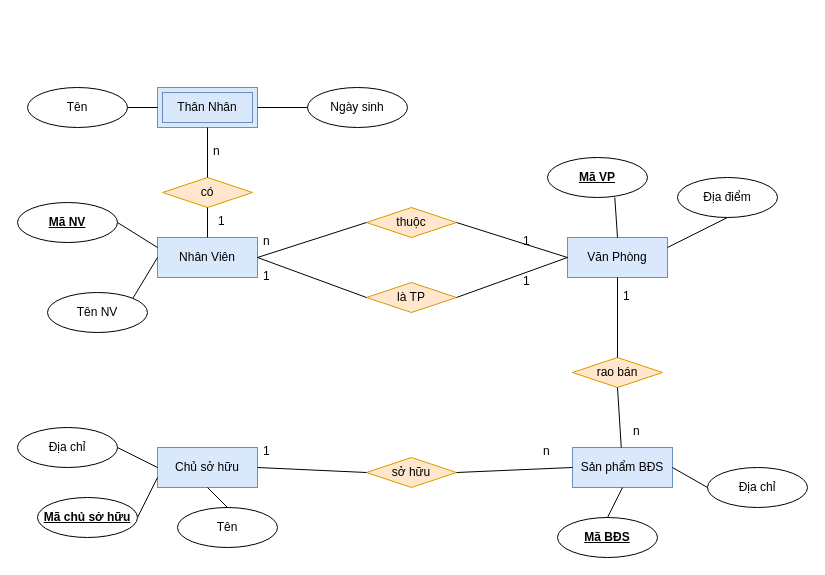
Before: page "Page-1" (1 of 2) of Lab3.drawio in hieuhoang25/MyClock, a draw.io diagram. Source tidied: cells renumbered, new cells numbered last; positions are measured from the earlier drawing's top-left corner, leaving out a move shared by most shapes. Both pictures are drawn from the tidied source at 100%, with x=0, y=0 at pixel (17, 87).
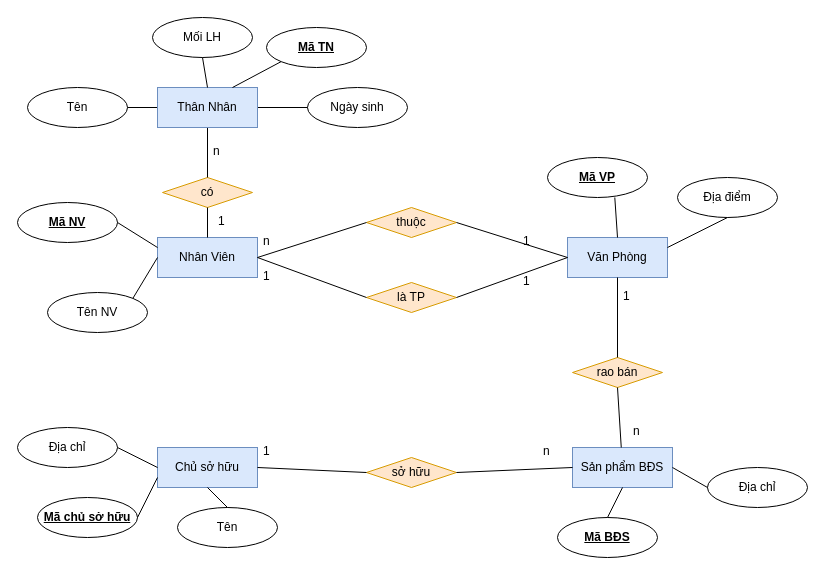
The same diagram, later.

Unchanged cells that the change refers to:
```xml
<mxCell id="10" value="có" style="shape=rhombus;perimeter=rhombusPerimeter;whiteSpace=wrap;html=1;align=center;fillColor=#ffe6cc;strokeColor=#d79b00;" parent="1" vertex="1">
  <mxGeometry x="145" y="90" width="90" height="30" as="geometry" />
</mxCell>
<mxCell id="24" value="Tên" style="ellipse;whiteSpace=wrap;html=1;align=center;" parent="1" vertex="1">
  <mxGeometry x="10" width="100" height="40" as="geometry" />
</mxCell>
<mxCell id="27" value="Ngày sinh" style="ellipse;whiteSpace=wrap;html=1;align=center;" parent="1" vertex="1">
  <mxGeometry x="290" width="100" height="40" as="geometry" />
</mxCell>
```

Diff of the diagram source:
```diff
@@
-    <mxCell id="19" value="Thân Nhân" style="shape=ext;margin=3;double=1;whiteSpace=wrap;html=1;align=center;fillColor=#dae8fc;strokeColor=#6c8ebf;" parent="1" vertex="1">
-      <mxGeometry x="140" width="100" height="40" as="geometry" />
-    </mxCell>
-    <mxCell id="20" style="endArrow=none;html=1;rounded=0;entryX=0.5;entryY=0;entryDx=0;entryDy=0;exitX=0.5;exitY=1;exitDx=0;exitDy=0;" parent="1" edge="1" source="19" target="10">
-      <mxGeometry relative="1" as="geometry" />
+    <mxCell id="20" style="endArrow=none;html=1;rounded=0;entryX=0.5;entryY=0;entryDx=0;entryDy=0;exitX=0.5;exitY=1;exitDx=0;exitDy=0;" parent="1" edge="1" target="10">
+      <mxGeometry relative="1" as="geometry">
+        <mxPoint x="190" y="40" as="sourcePoint" />
+      </mxGeometry>
     </mxCell>
@@
-    <mxCell id="38" style="endArrow=none;html=1;rounded=0;exitX=1;exitY=0.5;exitDx=0;exitDy=0;entryX=0;entryY=0.5;entryDx=0;entryDy=0;" parent="1" edge="1" source="24" target="19">
-      <mxGeometry relative="1" as="geometry" />
+    <mxCell id="38" style="endArrow=none;html=1;rounded=0;exitX=1;exitY=0.5;exitDx=0;exitDy=0;entryX=0;entryY=0.5;entryDx=0;entryDy=0;" parent="1" edge="1" source="24">
+      <mxGeometry relative="1" as="geometry">
+        <mxPoint x="140" y="20" as="targetPoint" />
+      </mxGeometry>
     </mxCell>
-    <mxCell id="39" style="endArrow=none;html=1;rounded=0;exitX=0;exitY=0.5;exitDx=0;exitDy=0;entryX=1;entryY=0.5;entryDx=0;entryDy=0;" parent="1" edge="1" source="27" target="19">
-      <mxGeometry relative="1" as="geometry" />
+    <mxCell id="39" style="endArrow=none;html=1;rounded=0;exitX=0;exitY=0.5;exitDx=0;exitDy=0;entryX=1;entryY=0.5;entryDx=0;entryDy=0;" parent="1" edge="1" source="27">
+      <mxGeometry relative="1" as="geometry">
+        <mxPoint x="240" y="20" as="targetPoint" />
+      </mxGeometry>
     </mxCell>
@@
+    <mxCell id="54" value="Mối LH" style="ellipse;whiteSpace=wrap;html=1;align=center;gradientColor=none;" parent="1" vertex="1">
+      <mxGeometry x="135" y="-70" width="100" height="40" as="geometry" />
+    </mxCell>
+    <mxCell id="19" value="Thân Nhân" style="whiteSpace=wrap;html=1;align=center;fillColor=#dae8fc;strokeColor=#6c8ebf;" parent="1" vertex="1">
+      <mxGeometry x="140" width="100" height="40" as="geometry" />
+    </mxCell>
+    <mxCell id="55" style="endArrow=none;html=1;rounded=0;exitX=0.5;exitY=1;exitDx=0;exitDy=0;entryX=0.5;entryY=0;entryDx=0;entryDy=0;" parent="1" edge="1" source="54" target="19">
+      <mxGeometry relative="1" as="geometry" />
+    </mxCell>
+    <mxCell id="56" value="Mã TN" style="ellipse;whiteSpace=wrap;html=1;align=center;fontStyle=5;gradientColor=none;" parent="1" vertex="1">
+      <mxGeometry x="249" y="-60" width="100" height="40" as="geometry" />
+    </mxCell>
+    <mxCell id="57" style="endArrow=none;html=1;rounded=0;exitX=0.75;exitY=0;exitDx=0;exitDy=0;entryX=0;entryY=1;entryDx=0;entryDy=0;" parent="1" edge="1" source="19" target="56">
+      <mxGeometry relative="1" as="geometry" />
+    </mxCell>
```
